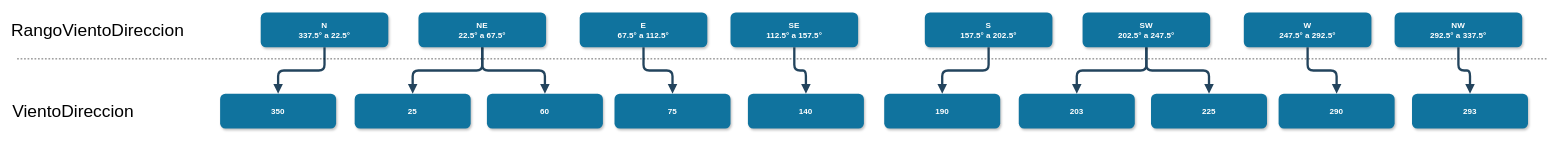
This is 2. Diseño conceptual/vientodireccion_example.drawio from gonzalomelov/dw-calidad-aire-docs, a draw.io file, before an edit. Source tidied: cells renumbered, new cells numbered last; positions are measured from the earlier drawing's top-left corner, leaving out a move shared by most shapes. Both pictures are drawn from the tidied source at 58%, with x=0, y=0 at pixel (10, 12).
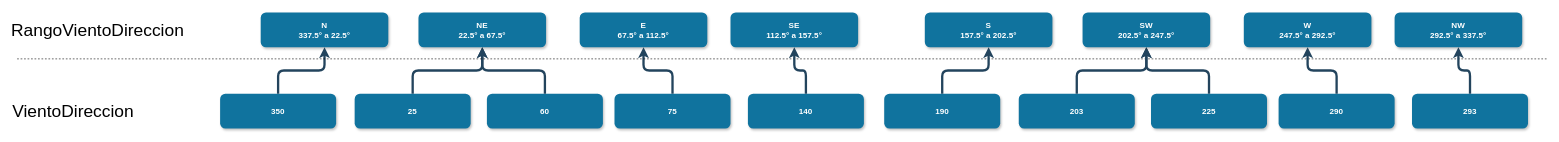
Above is the later version.

Unchanged cells that the change refers to:
```xml
<mxCell id="2" value="N&#10;337.5° a 22.5°" style="rounded=1;fillColor=#10739E;strokeColor=none;shadow=1;gradientColor=none;fontStyle=1;fontColor=#FFFFFF;fontSize=14;" parent="1" vertex="1">
  <mxGeometry x="432" width="220" height="60" as="geometry" />
</mxCell>
<mxCell id="3" value="350" style="rounded=1;fillColor=#10739E;strokeColor=none;shadow=1;gradientColor=none;fontStyle=1;fontColor=#FFFFFF;fontSize=14;" parent="1" vertex="1">
  <mxGeometry x="362" y="140" width="200" height="60" as="geometry" />
</mxCell>
<mxCell id="4" value="25" style="rounded=1;fillColor=#10739E;strokeColor=none;shadow=1;gradientColor=none;fontStyle=1;fontColor=#FFFFFF;fontSize=14;" parent="1" vertex="1">
  <mxGeometry x="594" y="140" width="200" height="60" as="geometry" />
</mxCell>
<mxCell id="5" value="60" style="rounded=1;fillColor=#10739E;strokeColor=none;shadow=1;gradientColor=none;fontStyle=1;fontColor=#FFFFFF;fontSize=14;" parent="1" vertex="1">
  <mxGeometry x="822" y="140" width="200" height="60" as="geometry" />
</mxCell>
<mxCell id="9" value="E&#10;67.5° a 112.5°" style="rounded=1;fillColor=#10739E;strokeColor=none;shadow=1;gradientColor=none;fontStyle=1;fontColor=#FFFFFF;fontSize=14;" parent="1" vertex="1">
  <mxGeometry x="982" width="220" height="60" as="geometry" />
</mxCell>
<mxCell id="10" value="75" style="rounded=1;fillColor=#10739E;strokeColor=none;shadow=1;gradientColor=none;fontStyle=1;fontColor=#FFFFFF;fontSize=14;" parent="1" vertex="1">
  <mxGeometry x="1042" y="140" width="200" height="60" as="geometry" />
</mxCell>
<mxCell id="15" value="NE&#10;22.5° a 67.5°" style="rounded=1;fillColor=#10739E;strokeColor=none;shadow=1;gradientColor=none;fontStyle=1;fontColor=#FFFFFF;fontSize=14;" parent="1" vertex="1">
  <mxGeometry x="704" width="220" height="60" as="geometry" />
</mxCell>
<mxCell id="16" value="SE&#10;112.5° a 157.5°" style="rounded=1;fillColor=#10739E;strokeColor=none;shadow=1;gradientColor=none;fontStyle=1;fontColor=#FFFFFF;fontSize=14;" parent="1" vertex="1">
  <mxGeometry x="1242" width="220" height="60" as="geometry" />
</mxCell>
<mxCell id="17" value="140" style="rounded=1;fillColor=#10739E;strokeColor=none;shadow=1;gradientColor=none;fontStyle=1;fontColor=#FFFFFF;fontSize=14;" parent="1" vertex="1">
  <mxGeometry x="1272" y="140" width="200" height="60" as="geometry" />
</mxCell>
<mxCell id="19" value="S&#10;157.5° a 202.5°" style="rounded=1;fillColor=#10739E;strokeColor=none;shadow=1;gradientColor=none;fontStyle=1;fontColor=#FFFFFF;fontSize=14;" parent="1" vertex="1">
  <mxGeometry x="1577" width="220" height="60" as="geometry" />
</mxCell>
<mxCell id="20" value="190" style="rounded=1;fillColor=#10739E;strokeColor=none;shadow=1;gradientColor=none;fontStyle=1;fontColor=#FFFFFF;fontSize=14;" parent="1" vertex="1">
  <mxGeometry x="1507" y="140" width="200" height="60" as="geometry" />
</mxCell>
<mxCell id="21" value="203" style="rounded=1;fillColor=#10739E;strokeColor=none;shadow=1;gradientColor=none;fontStyle=1;fontColor=#FFFFFF;fontSize=14;" parent="1" vertex="1">
  <mxGeometry x="1739" y="140" width="200" height="60" as="geometry" />
</mxCell>
<mxCell id="22" value="225" style="rounded=1;fillColor=#10739E;strokeColor=none;shadow=1;gradientColor=none;fontStyle=1;fontColor=#FFFFFF;fontSize=14;" parent="1" vertex="1">
  <mxGeometry x="1967" y="140" width="200" height="60" as="geometry" />
</mxCell>
<mxCell id="26" value="W&#10;247.5° a 292.5°" style="rounded=1;fillColor=#10739E;strokeColor=none;shadow=1;gradientColor=none;fontStyle=1;fontColor=#FFFFFF;fontSize=14;" parent="1" vertex="1">
  <mxGeometry x="2127" width="220" height="60" as="geometry" />
</mxCell>
<mxCell id="27" value="290" style="rounded=1;fillColor=#10739E;strokeColor=none;shadow=1;gradientColor=none;fontStyle=1;fontColor=#FFFFFF;fontSize=14;" parent="1" vertex="1">
  <mxGeometry x="2187" y="140" width="200" height="60" as="geometry" />
</mxCell>
<mxCell id="29" value="SW&#10;202.5° a 247.5°" style="rounded=1;fillColor=#10739E;strokeColor=none;shadow=1;gradientColor=none;fontStyle=1;fontColor=#FFFFFF;fontSize=14;" parent="1" vertex="1">
  <mxGeometry x="1849" width="220" height="60" as="geometry" />
</mxCell>
<mxCell id="30" value="NW&#10;292.5° a 337.5°" style="rounded=1;fillColor=#10739E;strokeColor=none;shadow=1;gradientColor=none;fontStyle=1;fontColor=#FFFFFF;fontSize=14;" parent="1" vertex="1">
  <mxGeometry x="2387" width="220" height="60" as="geometry" />
</mxCell>
<mxCell id="31" value="293" style="rounded=1;fillColor=#10739E;strokeColor=none;shadow=1;gradientColor=none;fontStyle=1;fontColor=#FFFFFF;fontSize=14;" parent="1" vertex="1">
  <mxGeometry x="2417" y="140" width="200" height="60" as="geometry" />
</mxCell>
```

Change to the diagram source:
```diff
@@
-    <mxCell id="6" style="edgeStyle=elbowEdgeStyle;elbow=vertical;strokeWidth=4;endArrow=block;endFill=1;fontStyle=1;strokeColor=#23445D;exitX=0.5;exitY=1;exitDx=0;exitDy=0;" parent="1" edge="1" source="15" target="4">
+    <mxCell id="6" style="edgeStyle=elbowEdgeStyle;elbow=vertical;strokeWidth=4;endArrow=none;endFill=0;fontStyle=1;strokeColor=#23445D;exitX=0.5;exitY=1;exitDx=0;exitDy=0;startArrow=classic;startFill=1;" parent="1" edge="1" source="15" target="4">
       <mxGeometry x="-8" y="360" as="geometry" />
     </mxCell>
-    <mxCell id="7" style="edgeStyle=elbowEdgeStyle;elbow=vertical;strokeWidth=4;endArrow=block;endFill=1;fontStyle=1;strokeColor=#23445D;" parent="1" edge="1" source="2" target="3">
+    <mxCell id="7" style="edgeStyle=elbowEdgeStyle;elbow=vertical;strokeWidth=4;endArrow=none;endFill=0;fontStyle=1;strokeColor=#23445D;startArrow=classic;startFill=1;" parent="1" edge="1" source="2" target="3">
       <mxGeometry x="-8" y="360" as="geometry" />
     </mxCell>
-    <mxCell id="8" style="edgeStyle=elbowEdgeStyle;elbow=vertical;strokeWidth=4;endArrow=block;endFill=1;fontStyle=1;strokeColor=#23445D;exitX=0.5;exitY=1;exitDx=0;exitDy=0;" parent="1" edge="1" source="15" target="5">
+    <mxCell id="8" style="edgeStyle=elbowEdgeStyle;elbow=vertical;strokeWidth=4;endArrow=none;endFill=0;fontStyle=1;strokeColor=#23445D;exitX=0.5;exitY=1;exitDx=0;exitDy=0;startArrow=classic;startFill=1;" parent="1" edge="1" source="15" target="5">
       <mxGeometry x="-8" y="360" as="geometry" />
     </mxCell>
@@
-    <mxCell id="11" style="edgeStyle=elbowEdgeStyle;elbow=vertical;strokeWidth=4;endArrow=block;endFill=1;fontStyle=1;strokeColor=#23445D;" parent="1" edge="1" source="9" target="10">
+    <mxCell id="11" style="edgeStyle=elbowEdgeStyle;elbow=vertical;strokeWidth=4;endArrow=none;endFill=0;fontStyle=1;strokeColor=#23445D;startArrow=classic;startFill=1;" parent="1" edge="1" source="9" target="10">
       <mxGeometry x="722" y="360" as="geometry" />
     </mxCell>
@@
-    <mxCell id="18" style="edgeStyle=elbowEdgeStyle;elbow=vertical;strokeWidth=4;endArrow=block;endFill=1;fontStyle=1;strokeColor=#23445D;entryX=0.5;entryY=0;entryDx=0;entryDy=0;exitX=0.5;exitY=1;exitDx=0;exitDy=0;" parent="1" edge="1" source="16" target="17">
+    <mxCell id="18" style="edgeStyle=elbowEdgeStyle;elbow=vertical;strokeWidth=4;endArrow=none;endFill=0;fontStyle=1;strokeColor=#23445D;entryX=0.5;entryY=0;entryDx=0;entryDy=0;exitX=0.5;exitY=1;exitDx=0;exitDy=0;startArrow=classic;startFill=1;" parent="1" edge="1" source="16" target="17">
       <mxGeometry x="732" y="370" as="geometry" />
     </mxCell>
@@
-    <mxCell id="23" style="edgeStyle=elbowEdgeStyle;elbow=vertical;strokeWidth=4;endArrow=block;endFill=1;fontStyle=1;strokeColor=#23445D;exitX=0.5;exitY=1;exitDx=0;exitDy=0;" parent="1" edge="1" source="29" target="21">
+    <mxCell id="23" style="edgeStyle=elbowEdgeStyle;elbow=vertical;strokeWidth=4;endArrow=none;endFill=0;fontStyle=1;strokeColor=#23445D;exitX=0.5;exitY=1;exitDx=0;exitDy=0;startArrow=classic;startFill=1;" parent="1" edge="1" source="29" target="21">
       <mxGeometry x="1137" y="360" as="geometry" />
     </mxCell>
-    <mxCell id="24" style="edgeStyle=elbowEdgeStyle;elbow=vertical;strokeWidth=4;endArrow=block;endFill=1;fontStyle=1;strokeColor=#23445D;" parent="1" edge="1" source="19" target="20">
+    <mxCell id="24" style="edgeStyle=elbowEdgeStyle;elbow=vertical;strokeWidth=4;endArrow=none;endFill=0;fontStyle=1;strokeColor=#23445D;startArrow=classic;startFill=1;" parent="1" edge="1" source="19" target="20">
       <mxGeometry x="1137" y="360" as="geometry" />
     </mxCell>
-    <mxCell id="25" style="edgeStyle=elbowEdgeStyle;elbow=vertical;strokeWidth=4;endArrow=block;endFill=1;fontStyle=1;strokeColor=#23445D;exitX=0.5;exitY=1;exitDx=0;exitDy=0;" parent="1" edge="1" source="29" target="22">
+    <mxCell id="25" style="edgeStyle=elbowEdgeStyle;elbow=vertical;strokeWidth=4;endArrow=none;endFill=0;fontStyle=1;strokeColor=#23445D;exitX=0.5;exitY=1;exitDx=0;exitDy=0;startArrow=classic;startFill=1;" parent="1" edge="1" source="29" target="22">
       <mxGeometry x="1137" y="360" as="geometry" />
     </mxCell>
@@
-    <mxCell id="28" style="edgeStyle=elbowEdgeStyle;elbow=vertical;strokeWidth=4;endArrow=block;endFill=1;fontStyle=1;strokeColor=#23445D;" parent="1" edge="1" source="26" target="27">
+    <mxCell id="28" style="edgeStyle=elbowEdgeStyle;elbow=vertical;strokeWidth=4;endArrow=none;endFill=0;fontStyle=1;strokeColor=#23445D;startArrow=classic;startFill=1;" parent="1" edge="1" source="26" target="27">
       <mxGeometry x="1867" y="360" as="geometry" />
     </mxCell>
@@
-    <mxCell id="32" style="edgeStyle=elbowEdgeStyle;elbow=vertical;strokeWidth=4;endArrow=block;endFill=1;fontStyle=1;strokeColor=#23445D;entryX=0.5;entryY=0;entryDx=0;entryDy=0;exitX=0.5;exitY=1;exitDx=0;exitDy=0;" parent="1" edge="1" source="30" target="31">
+    <mxCell id="32" style="edgeStyle=elbowEdgeStyle;elbow=vertical;strokeWidth=4;endArrow=none;endFill=0;fontStyle=1;strokeColor=#23445D;entryX=0.5;entryY=0;entryDx=0;entryDy=0;exitX=0.5;exitY=1;exitDx=0;exitDy=0;startArrow=classic;startFill=1;" parent="1" edge="1" source="30" target="31">
       <mxGeometry x="1877" y="370" as="geometry" />
     </mxCell>
```
